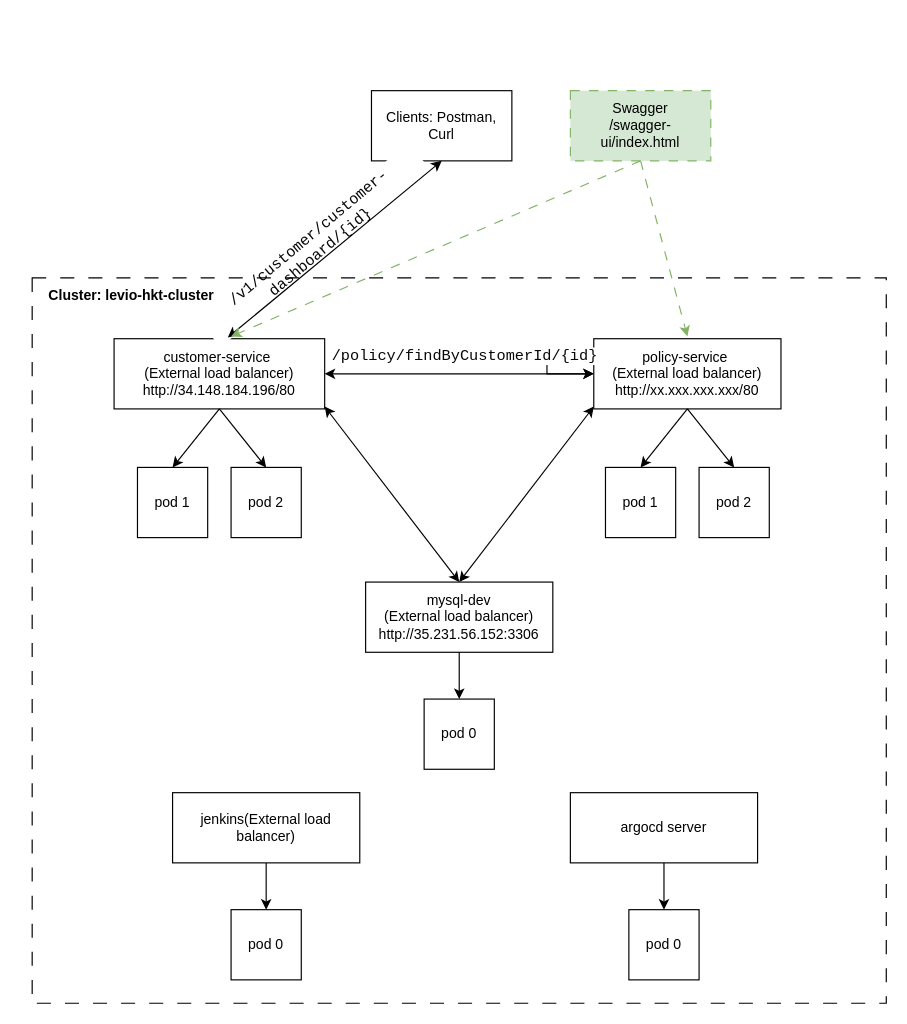
Above: Untitled Diagram.drawio in jermolova/light4jstudy (draw.io), before the change. Source tidied: cells renumbered, new cells numbered last; positions are measured from the earlier drawing's top-left corner, leaving out a move shared by most shapes. Both pictures are drawn from the tidied source at 117%, with x=0, y=0 at pixel (20, 90).
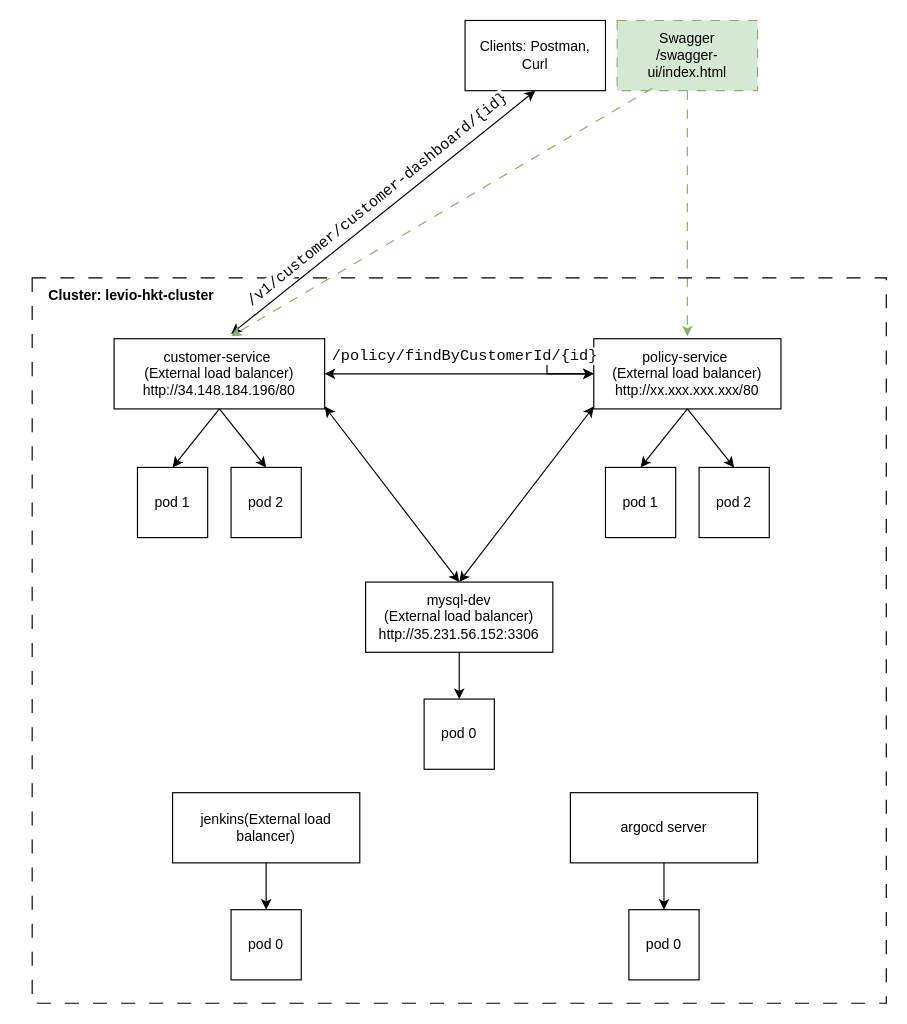
The same diagram, later.

Unchanged cells that the change refers to:
```xml
<mxCell id="2" value="customer-service&amp;nbsp;&lt;br&gt;(External load balancer)&lt;br&gt;http://34.148.184.196/80" style="rounded=0;whiteSpace=wrap;html=1;" parent="1" vertex="1">
  <mxGeometry x="80" y="212" width="180" height="60" as="geometry" />
</mxCell>
```

What changed in the source:
```diff
@@
     <mxCell id="16" value="Clients: Postman, Curl" style="rounded=0;whiteSpace=wrap;html=1;" parent="1" vertex="1">
-      <mxGeometry x="300" width="120" height="60" as="geometry" />
+      <mxGeometry x="380" y="-60" width="120" height="60" as="geometry" />
     </mxCell>
-    <mxCell id="17" value="&lt;div style=&quot;background-color: rgb(255, 255, 255); color: rgb(8, 8, 8); font-family: &amp;quot;JetBrains Mono&amp;quot;, monospace; font-size: 9.8pt;&quot;&gt;/v1/customer/customer-dashboard/{id}&lt;br&gt;&lt;/div&gt;" style="text;strokeColor=none;align=center;fillColor=none;html=1;verticalAlign=middle;whiteSpace=wrap;rounded=0;rotation=-40;" parent="1" vertex="1">
-      <mxGeometry x="133" y="117.2" width="236.8" height="30" as="geometry" />
-    </mxCell>
-    <mxCell id="18" style="endArrow=classic;startArrow=classic;html=1;rounded=0;exitX=0.54;exitY=-0.017;exitDx=0;exitDy=0;exitPerimeter=0;" parent="1" edge="1" source="2">
+    <mxCell id="18" style="endArrow=classic;startArrow=classic;html=1;rounded=0;entryX=0.5;entryY=1;entryDx=0;entryDy=0;" parent="1" edge="1" target="16">
       <mxGeometry relative="1" as="geometry">
-        <mxPoint x="360" y="60" as="targetPoint" />
+        <mxPoint x="180" y="208" as="sourcePoint" />
       </mxGeometry>
     </mxCell>
@@
     <mxCell id="30" value="Swagger&lt;br&gt;/swagger-ui/index.html" style="rounded=0;whiteSpace=wrap;html=1;fillColor=#d5e8d4;strokeColor=#82b366;dashed=1;dashPattern=8 8;" parent="1" vertex="1">
-      <mxGeometry x="470" width="120" height="60" as="geometry" />
+      <mxGeometry x="510" y="-60" width="120" height="60" as="geometry" />
     </mxCell>
-    <mxCell id="31" style="endArrow=classic;html=1;rounded=0;fillColor=#d5e8d4;strokeColor=#82b366;dashed=1;dashPattern=8 8;" parent="1" edge="1">
+    <mxCell id="31" style="endArrow=classic;html=1;rounded=0;fillColor=#d5e8d4;strokeColor=#82b366;dashed=1;dashPattern=8 8;exitX=0.5;exitY=1;exitDx=0;exitDy=0;" parent="1" edge="1" source="30">
       <mxGeometry relative="1" as="geometry">
-        <mxPoint x="530" y="60" as="sourcePoint" />
         <mxPoint x="570" y="210" as="targetPoint" />
       </mxGeometry>
     </mxCell>
     <mxCell id="32" style="endArrow=classic;html=1;rounded=0;fillColor=#d5e8d4;strokeColor=#82b366;dashed=1;dashPattern=8 8;" parent="1" edge="1">
       <mxGeometry relative="1" as="geometry">
-        <mxPoint x="530" y="60" as="sourcePoint" />
+        <mxPoint x="540" y="-2" as="sourcePoint" />
         <mxPoint x="180" y="210" as="targetPoint" />
       </mxGeometry>
     </mxCell>
@@
+    <mxCell id="17" value="&lt;div style=&quot;background-color: rgb(255, 255, 255); color: rgb(8, 8, 8); font-family: &amp;quot;JetBrains Mono&amp;quot;, monospace; font-size: 9.8pt;&quot;&gt;/v1/customer/customer-dashboard/{id}&lt;br&gt;&lt;/div&gt;" style="text;strokeColor=none;align=center;fillColor=none;html=1;verticalAlign=middle;whiteSpace=wrap;rounded=0;rotation=-39;" parent="1" vertex="1">
+      <mxGeometry x="160" y="78" width="290" height="30" as="geometry" />
+    </mxCell>
```
